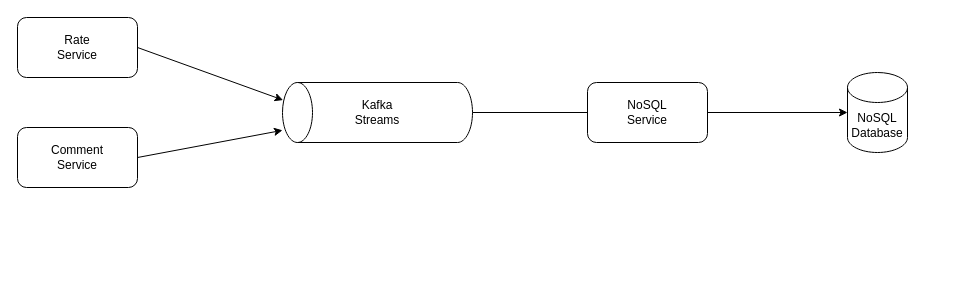
Earlier version of the draw.io diagram Diagrams/Rate and Comment flow.drawio (Veljkic98/Movies-App). Source tidied: cells renumbered, new cells numbered last; positions are measured from the earlier drawing's top-left corner, leaving out a move shared by most shapes. Both pictures are drawn from the tidied source at 100%, with x=0, y=0 at pixel (17, 17).
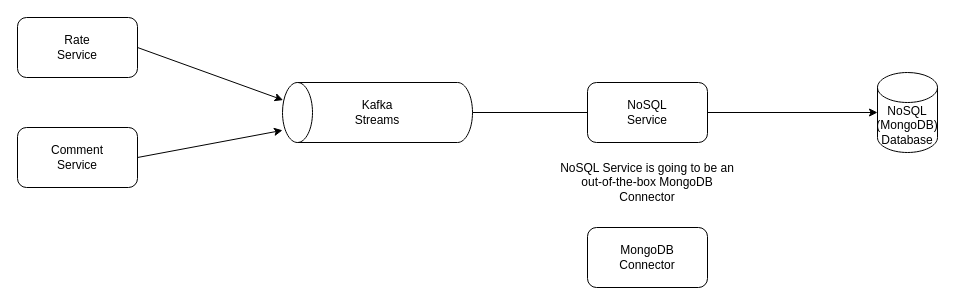
Above is the later version.

Diff of the diagram source:
```diff
@@
 <mxGraphModel>
   <root>
     <mxCell id="0" />
     <mxCell id="1" parent="0" />
     <mxCell id="2" value="Rate&lt;br&gt;Service" style="rounded=1;whiteSpace=wrap;html=1;" parent="1" vertex="1">
       <mxGeometry width="120" height="60" as="geometry" />
     </mxCell>
     <mxCell id="3" style="shape=cylinder3;whiteSpace=wrap;html=1;boundedLbl=1;backgroundOutline=1;size=15;rotation=-90;" parent="1" vertex="1">
       <mxGeometry x="330" width="60" height="190" as="geometry" />
     </mxCell>
     <mxCell id="4" value="Kafka Streams" style="text;html=1;strokeColor=none;fillColor=none;align=center;verticalAlign=middle;whiteSpace=wrap;rounded=0;" parent="1" vertex="1">
       <mxGeometry x="330" y="80" width="60" height="30" as="geometry" />
     </mxCell>
     <mxCell id="5" value="Comment&lt;br&gt;Service" style="rounded=1;whiteSpace=wrap;html=1;" parent="1" vertex="1">
       <mxGeometry y="110" width="120" height="60" as="geometry" />
     </mxCell>
     <mxCell id="6" style="endArrow=classic;html=1;rounded=0;exitX=1;exitY=0.5;exitDx=0;exitDy=0;entryX=0.707;entryY=0.003;entryDx=0;entryDy=0;entryPerimeter=0;" parent="1" edge="1" source="2" target="3">
       <mxGeometry relative="1" as="geometry" />
     </mxCell>
     <mxCell id="7" style="endArrow=classic;html=1;rounded=0;exitX=1;exitY=0.5;exitDx=0;exitDy=0;" parent="1" edge="1" source="5" target="3">
       <mxGeometry relative="1" as="geometry" />
     </mxCell>
     <mxCell id="8" value="NoSQL&lt;br&gt;Service" style="rounded=1;whiteSpace=wrap;html=1;" parent="1" vertex="1">
       <mxGeometry x="570" y="65" width="120" height="60" as="geometry" />
     </mxCell>
-    <mxCell id="9" value="NoSQL Database" style="shape=cylinder3;whiteSpace=wrap;html=1;boundedLbl=1;backgroundOutline=1;size=15;" parent="1" vertex="1">
-      <mxGeometry x="830" y="55" width="60" height="80" as="geometry" />
+    <mxCell id="9" value="NoSQL&lt;br&gt;(MongoDB) Database" style="shape=cylinder3;whiteSpace=wrap;html=1;boundedLbl=1;backgroundOutline=1;size=15;" parent="1" vertex="1">
+      <mxGeometry x="860" y="55" width="60" height="80" as="geometry" />
     </mxCell>
     <mxCell id="10" style="endArrow=none;html=1;rounded=0;entryX=0;entryY=0.5;entryDx=0;entryDy=0;exitX=0.5;exitY=1;exitDx=0;exitDy=0;exitPerimeter=0;" parent="1" edge="1" source="3" target="8">
       <mxGeometry relative="1" as="geometry" />
     </mxCell>
     <mxCell id="11" style="endArrow=classic;html=1;rounded=0;exitX=1;exitY=0.5;exitDx=0;exitDy=0;" parent="1" edge="1" source="8" target="9">
       <mxGeometry relative="1" as="geometry" />
     </mxCell>
+    <mxCell id="12" value="MongoDB&lt;br&gt;Connector" style="rounded=1;whiteSpace=wrap;html=1;" parent="1" vertex="1">
+      <mxGeometry x="570" y="210" width="120" height="60" as="geometry" />
+    </mxCell>
+    <mxCell id="13" value="NoSQL Service is going to be an out-of-the-box MongoDB Connector" style="text;html=1;strokeColor=none;fillColor=none;align=center;verticalAlign=middle;whiteSpace=wrap;rounded=0;" parent="1" vertex="1">
+      <mxGeometry x="535" y="135" width="190" height="60" as="geometry" />
+    </mxCell>
   </root>
 </mxGraphModel>
```
